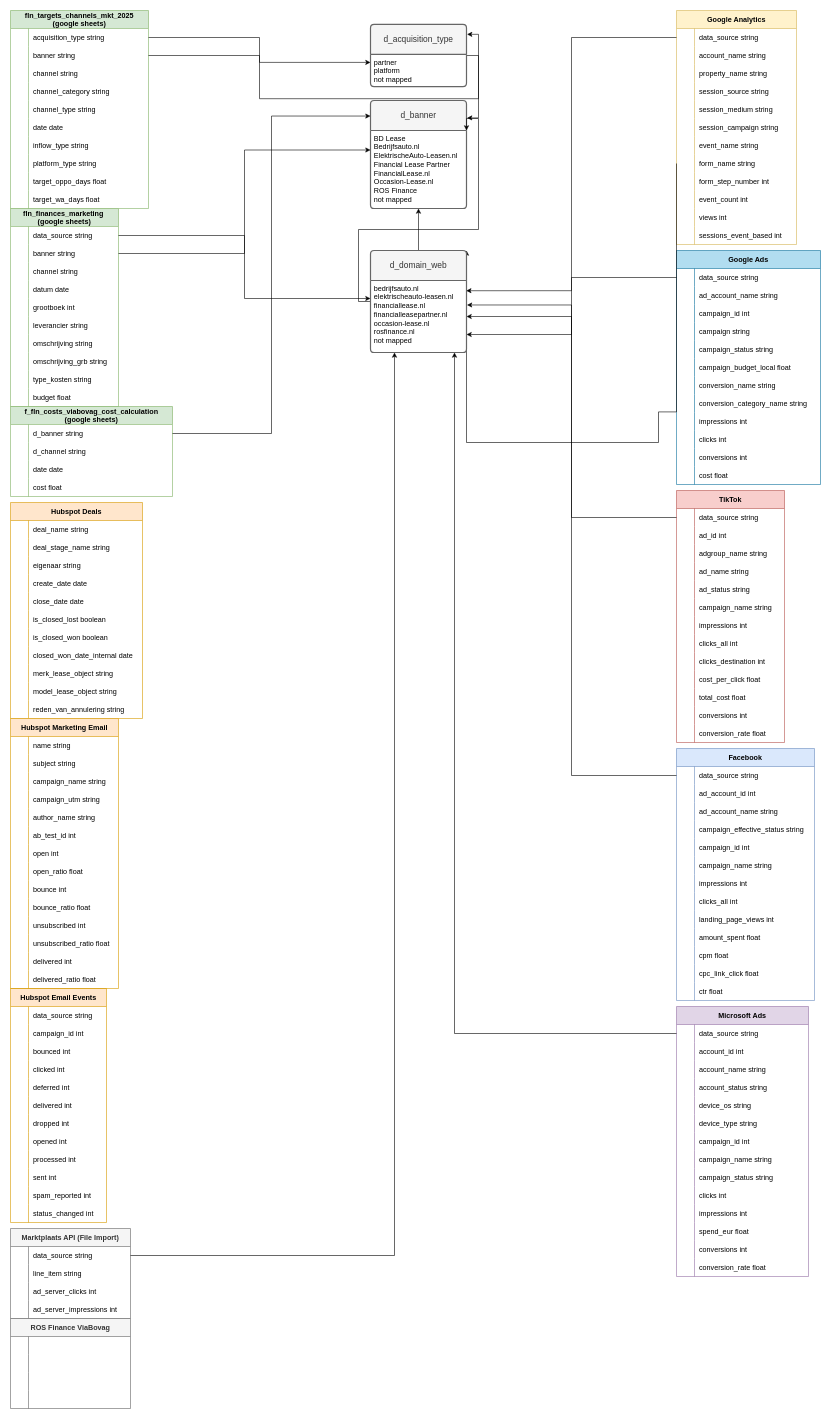
YveTDS/Draw_io keeps this draw.io diagram as funnel_mapping.drawio. Above is the earlier version. Source tidied: cells renumbered, new cells numbered last; positions are measured from the earlier drawing's top-left corner, leaving out a move shared by most shapes. Both pictures are drawn from the tidied source at 60%, with x=0, y=0 at pixel (10, 10).
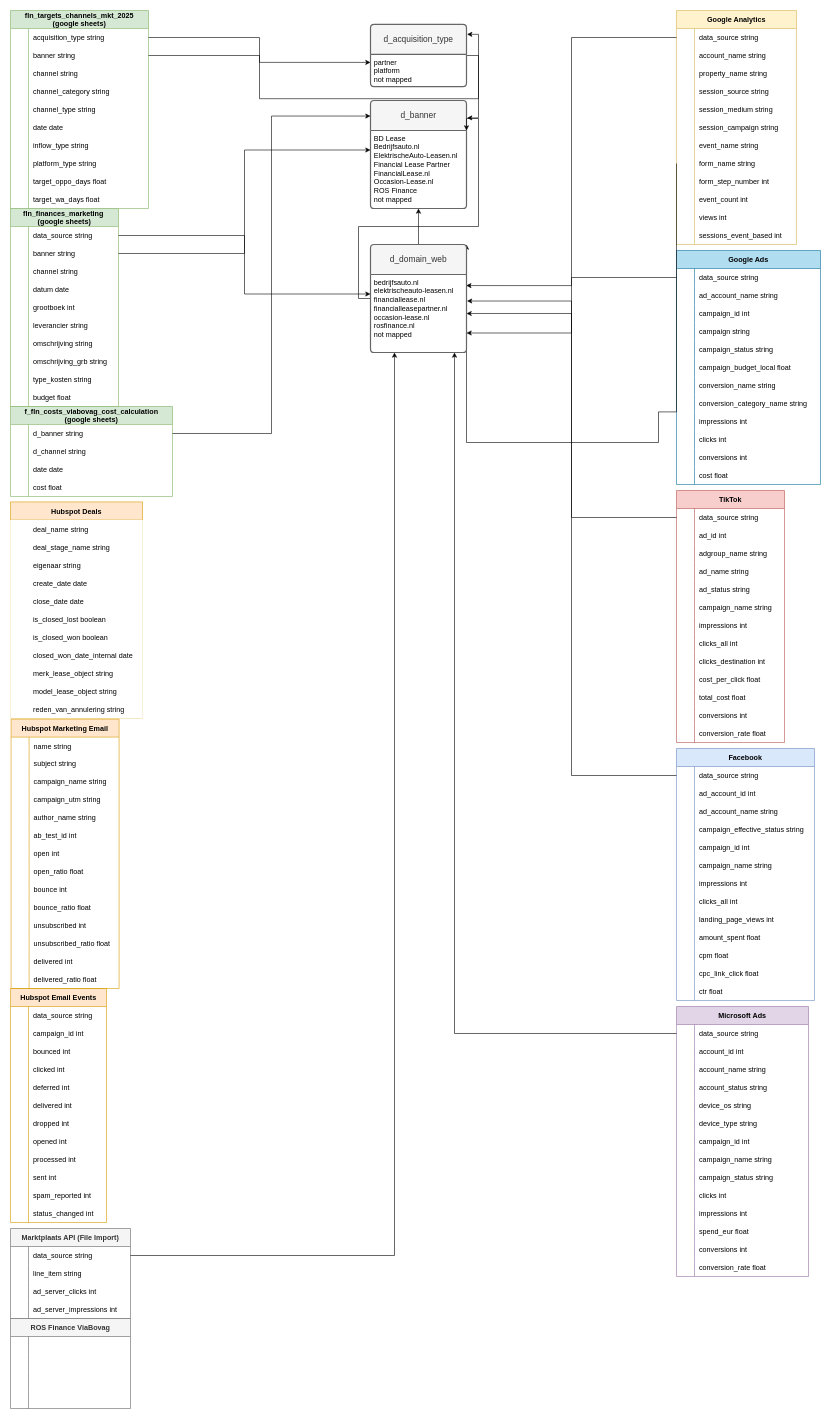
The same diagram, later.

What changed in the source:
```diff
@@
     <mxCell id="302" value="Hubspot Deals" style="shape=table;startSize=30;childLayout=tableLayout;rowLines=0;fontStyle=1;align=center;fillColor=#ffe6cc;strokeColor=#d79b00;" parent="1" vertex="1">
-      <mxGeometry y="820" width="220" height="360" as="geometry" />
+      <mxGeometry y="819" width="220" height="360" as="geometry" />
     </mxCell>
-    <mxCell id="303" style="shape=tableRow;horizontal=0;startSize=0;swimlaneHead=0;swimlaneBody=0;fillColor=none;strokeColor=inherit;top=0;left=0;right=0;bottom=0;" parent="302" vertex="1">
+    <mxCell id="303" style="shape=tableRow;horizontal=0;startSize=0;swimlaneHead=0;swimlaneBody=0;top=0;left=0;right=0;bottom=0;" parent="302" vertex="1">
       <mxGeometry y="30" width="220" height="30" as="geometry" />
     </mxCell>
-    <mxCell id="304" style="shape=partialRectangle;overflow=hidden;fillColor=none;strokeColor=inherit;top=0;left=0;bottom=0;right=0;" parent="303" vertex="1">
+    <mxCell id="304" style="shape=partialRectangle;overflow=hidden;top=0;left=0;bottom=0;right=0;" parent="303" vertex="1">
       <mxGeometry width="30" height="30" as="geometry" />
     </mxCell>
-    <mxCell id="305" value="deal_name string" style="shape=partialRectangle;overflow=hidden;fillColor=none;align=left;strokeColor=inherit;top=0;left=0;bottom=0;right=0;spacingLeft=6;" parent="303" vertex="1">
+    <mxCell id="305" value="deal_name string" style="shape=partialRectangle;overflow=hidden;align=left;top=0;left=0;bottom=0;right=0;spacingLeft=6;" parent="303" vertex="1">
       <mxGeometry x="30" width="190" height="30" as="geometry" />
     </mxCell>
-    <mxCell id="306" style="shape=tableRow;horizontal=0;startSize=0;swimlaneHead=0;swimlaneBody=0;fillColor=none;strokeColor=inherit;top=0;left=0;right=0;bottom=0;" parent="302" vertex="1">
+    <mxCell id="306" style="shape=tableRow;horizontal=0;startSize=0;swimlaneHead=0;swimlaneBody=0;top=0;left=0;right=0;bottom=0;" parent="302" vertex="1">
       <mxGeometry y="60" width="220" height="30" as="geometry" />
     </mxCell>
-    <mxCell id="307" style="shape=partialRectangle;overflow=hidden;fillColor=none;strokeColor=inherit;top=0;left=0;bottom=0;right=0;" parent="306" vertex="1">
+    <mxCell id="307" style="shape=partialRectangle;overflow=hidden;top=0;left=0;bottom=0;right=0;" parent="306" vertex="1">
       <mxGeometry width="30" height="30" as="geometry" />
     </mxCell>
-    <mxCell id="308" value="deal_stage_name string" style="shape=partialRectangle;overflow=hidden;fillColor=none;align=left;strokeColor=inherit;top=0;left=0;bottom=0;right=0;spacingLeft=6;" parent="306" vertex="1">
+    <mxCell id="308" value="deal_stage_name string" style="shape=partialRectangle;overflow=hidden;align=left;top=0;left=0;bottom=0;right=0;spacingLeft=6;" parent="306" vertex="1">
       <mxGeometry x="30" width="190" height="30" as="geometry" />
     </mxCell>
-    <mxCell id="309" style="shape=tableRow;horizontal=0;startSize=0;swimlaneHead=0;swimlaneBody=0;fillColor=none;strokeColor=inherit;top=0;left=0;right=0;bottom=0;" parent="302" vertex="1">
+    <mxCell id="309" style="shape=tableRow;horizontal=0;startSize=0;swimlaneHead=0;swimlaneBody=0;top=0;left=0;right=0;bottom=0;" parent="302" vertex="1">
       <mxGeometry y="90" width="220" height="30" as="geometry" />
     </mxCell>
-    <mxCell id="310" style="shape=partialRectangle;overflow=hidden;fillColor=none;strokeColor=inherit;top=0;left=0;bottom=0;right=0;" parent="309" vertex="1">
+    <mxCell id="310" style="shape=partialRectangle;overflow=hidden;top=0;left=0;bottom=0;right=0;" parent="309" vertex="1">
       <mxGeometry width="30" height="30" as="geometry" />
     </mxCell>
-    <mxCell id="311" value="eigenaar string" style="shape=partialRectangle;overflow=hidden;fillColor=none;align=left;strokeColor=inherit;top=0;left=0;bottom=0;right=0;spacingLeft=6;" parent="309" vertex="1">
+    <mxCell id="311" value="eigenaar string" style="shape=partialRectangle;overflow=hidden;align=left;top=0;left=0;bottom=0;right=0;spacingLeft=6;" parent="309" vertex="1">
       <mxGeometry x="30" width="190" height="30" as="geometry" />
     </mxCell>
-    <mxCell id="312" style="shape=tableRow;horizontal=0;startSize=0;swimlaneHead=0;swimlaneBody=0;fillColor=none;strokeColor=inherit;top=0;left=0;right=0;bottom=0;" parent="302" vertex="1">
+    <mxCell id="312" style="shape=tableRow;horizontal=0;startSize=0;swimlaneHead=0;swimlaneBody=0;top=0;left=0;right=0;bottom=0;" parent="302" vertex="1">
       <mxGeometry y="120" width="220" height="30" as="geometry" />
     </mxCell>
-    <mxCell id="313" style="shape=partialRectangle;overflow=hidden;fillColor=none;strokeColor=inherit;top=0;left=0;bottom=0;right=0;" parent="312" vertex="1">
+    <mxCell id="313" style="shape=partialRectangle;overflow=hidden;top=0;left=0;bottom=0;right=0;" parent="312" vertex="1">
       <mxGeometry width="30" height="30" as="geometry" />
     </mxCell>
-    <mxCell id="314" value="create_date date" style="shape=partialRectangle;overflow=hidden;fillColor=none;align=left;strokeColor=inherit;top=0;left=0;bottom=0;right=0;spacingLeft=6;" parent="312" vertex="1">
+    <mxCell id="314" value="create_date date" style="shape=partialRectangle;overflow=hidden;align=left;top=0;left=0;bottom=0;right=0;spacingLeft=6;" parent="312" vertex="1">
       <mxGeometry x="30" width="190" height="30" as="geometry" />
     </mxCell>
-    <mxCell id="315" style="shape=tableRow;horizontal=0;startSize=0;swimlaneHead=0;swimlaneBody=0;fillColor=none;strokeColor=inherit;top=0;left=0;right=0;bottom=0;" parent="302" vertex="1">
+    <mxCell id="315" style="shape=tableRow;horizontal=0;startSize=0;swimlaneHead=0;swimlaneBody=0;top=0;left=0;right=0;bottom=0;" parent="302" vertex="1">
       <mxGeometry y="150" width="220" height="30" as="geometry" />
     </mxCell>
-    <mxCell id="316" style="shape=partialRectangle;overflow=hidden;fillColor=none;strokeColor=inherit;top=0;left=0;bottom=0;right=0;" parent="315" vertex="1">
+    <mxCell id="316" style="shape=partialRectangle;overflow=hidden;top=0;left=0;bottom=0;right=0;" parent="315" vertex="1">
       <mxGeometry width="30" height="30" as="geometry" />
     </mxCell>
-    <mxCell id="317" value="close_date date" style="shape=partialRectangle;overflow=hidden;fillColor=none;align=left;strokeColor=inherit;top=0;left=0;bottom=0;right=0;spacingLeft=6;" parent="315" vertex="1">
+    <mxCell id="317" value="close_date date" style="shape=partialRectangle;overflow=hidden;align=left;top=0;left=0;bottom=0;right=0;spacingLeft=6;" parent="315" vertex="1">
       <mxGeometry x="30" width="190" height="30" as="geometry" />
     </mxCell>
-    <mxCell id="318" style="shape=tableRow;horizontal=0;startSize=0;swimlaneHead=0;swimlaneBody=0;fillColor=none;strokeColor=inherit;top=0;left=0;right=0;bottom=0;" parent="302" vertex="1">
+    <mxCell id="318" style="shape=tableRow;horizontal=0;startSize=0;swimlaneHead=0;swimlaneBody=0;top=0;left=0;right=0;bottom=0;" parent="302" vertex="1">
       <mxGeometry y="180" width="220" height="30" as="geometry" />
     </mxCell>
-    <mxCell id="319" style="shape=partialRectangle;overflow=hidden;fillColor=none;strokeColor=inherit;top=0;left=0;bottom=0;right=0;" parent="318" vertex="1">
+    <mxCell id="319" style="shape=partialRectangle;overflow=hidden;top=0;left=0;bottom=0;right=0;" parent="318" vertex="1">
       <mxGeometry width="30" height="30" as="geometry" />
     </mxCell>
-    <mxCell id="320" value="is_closed_lost boolean" style="shape=partialRectangle;overflow=hidden;fillColor=none;align=left;strokeColor=inherit;top=0;left=0;bottom=0;right=0;spacingLeft=6;" parent="318" vertex="1">
+    <mxCell id="320" value="is_closed_lost boolean" style="shape=partialRectangle;overflow=hidden;align=left;top=0;left=0;bottom=0;right=0;spacingLeft=6;" parent="318" vertex="1">
       <mxGeometry x="30" width="190" height="30" as="geometry" />
     </mxCell>
-    <mxCell id="321" style="shape=tableRow;horizontal=0;startSize=0;swimlaneHead=0;swimlaneBody=0;fillColor=none;strokeColor=inherit;top=0;left=0;right=0;bottom=0;" parent="302" vertex="1">
+    <mxCell id="321" style="shape=tableRow;horizontal=0;startSize=0;swimlaneHead=0;swimlaneBody=0;top=0;left=0;right=0;bottom=0;" parent="302" vertex="1">
       <mxGeometry y="210" width="220" height="30" as="geometry" />
     </mxCell>
-    <mxCell id="322" style="shape=partialRectangle;overflow=hidden;fillColor=none;strokeColor=inherit;top=0;left=0;bottom=0;right=0;" parent="321" vertex="1">
+    <mxCell id="322" style="shape=partialRectangle;overflow=hidden;top=0;left=0;bottom=0;right=0;" parent="321" vertex="1">
       <mxGeometry width="30" height="30" as="geometry" />
     </mxCell>
-    <mxCell id="323" value="is_closed_won boolean" style="shape=partialRectangle;overflow=hidden;fillColor=none;align=left;strokeColor=inherit;top=0;left=0;bottom=0;right=0;spacingLeft=6;" parent="321" vertex="1">
+    <mxCell id="323" value="is_closed_won boolean" style="shape=partialRectangle;overflow=hidden;align=left;top=0;left=0;bottom=0;right=0;spacingLeft=6;" parent="321" vertex="1">
       <mxGeometry x="30" width="190" height="30" as="geometry" />
     </mxCell>
-    <mxCell id="324" style="shape=tableRow;horizontal=0;startSize=0;swimlaneHead=0;swimlaneBody=0;fillColor=none;strokeColor=inherit;top=0;left=0;right=0;bottom=0;" parent="302" vertex="1">
+    <mxCell id="324" style="shape=tableRow;horizontal=0;startSize=0;swimlaneHead=0;swimlaneBody=0;top=0;left=0;right=0;bottom=0;" parent="302" vertex="1">
       <mxGeometry y="240" width="220" height="30" as="geometry" />
     </mxCell>
-    <mxCell id="325" style="shape=partialRectangle;overflow=hidden;fillColor=none;strokeColor=inherit;top=0;left=0;bottom=0;right=0;" parent="324" vertex="1">
+    <mxCell id="325" style="shape=partialRectangle;overflow=hidden;top=0;left=0;bottom=0;right=0;" parent="324" vertex="1">
       <mxGeometry width="30" height="30" as="geometry" />
     </mxCell>
-    <mxCell id="326" value="closed_won_date_internal date" style="shape=partialRectangle;overflow=hidden;fillColor=none;align=left;strokeColor=inherit;top=0;left=0;bottom=0;right=0;spacingLeft=6;" parent="324" vertex="1">
+    <mxCell id="326" value="closed_won_date_internal date" style="shape=partialRectangle;overflow=hidden;align=left;top=0;left=0;bottom=0;right=0;spacingLeft=6;" parent="324" vertex="1">
       <mxGeometry x="30" width="190" height="30" as="geometry" />
     </mxCell>
-    <mxCell id="327" style="shape=tableRow;horizontal=0;startSize=0;swimlaneHead=0;swimlaneBody=0;fillColor=none;strokeColor=inherit;top=0;left=0;right=0;bottom=0;" parent="302" vertex="1">
+    <mxCell id="327" style="shape=tableRow;horizontal=0;startSize=0;swimlaneHead=0;swimlaneBody=0;top=0;left=0;right=0;bottom=0;" parent="302" vertex="1">
       <mxGeometry y="270" width="220" height="30" as="geometry" />
     </mxCell>
-    <mxCell id="328" style="shape=partialRectangle;overflow=hidden;fillColor=none;strokeColor=inherit;top=0;left=0;bottom=0;right=0;" parent="327" vertex="1">
+    <mxCell id="328" style="shape=partialRectangle;overflow=hidden;top=0;left=0;bottom=0;right=0;" parent="327" vertex="1">
       <mxGeometry width="30" height="30" as="geometry" />
     </mxCell>
-    <mxCell id="329" value="merk_lease_object string" style="shape=partialRectangle;overflow=hidden;fillColor=none;align=left;strokeColor=inherit;top=0;left=0;bottom=0;right=0;spacingLeft=6;" parent="327" vertex="1">
+    <mxCell id="329" value="merk_lease_object string" style="shape=partialRectangle;overflow=hidden;align=left;top=0;left=0;bottom=0;right=0;spacingLeft=6;" parent="327" vertex="1">
       <mxGeometry x="30" width="190" height="30" as="geometry" />
     </mxCell>
-    <mxCell id="330" style="shape=tableRow;horizontal=0;startSize=0;swimlaneHead=0;swimlaneBody=0;fillColor=none;strokeColor=inherit;top=0;left=0;right=0;bottom=0;" parent="302" vertex="1">
+    <mxCell id="330" style="shape=tableRow;horizontal=0;startSize=0;swimlaneHead=0;swimlaneBody=0;top=0;left=0;right=0;bottom=0;" parent="302" vertex="1">
       <mxGeometry y="300" width="220" height="30" as="geometry" />
     </mxCell>
-    <mxCell id="331" style="shape=partialRectangle;overflow=hidden;fillColor=none;strokeColor=inherit;top=0;left=0;bottom=0;right=0;" parent="330" vertex="1">
+    <mxCell id="331" style="shape=partialRectangle;overflow=hidden;top=0;left=0;bottom=0;right=0;" parent="330" vertex="1">
       <mxGeometry width="30" height="30" as="geometry" />
     </mxCell>
-    <mxCell id="332" value="model_lease_object string" style="shape=partialRectangle;overflow=hidden;fillColor=none;align=left;strokeColor=inherit;top=0;left=0;bottom=0;right=0;spacingLeft=6;" parent="330" vertex="1">
+    <mxCell id="332" value="model_lease_object string" style="shape=partialRectangle;overflow=hidden;align=left;top=0;left=0;bottom=0;right=0;spacingLeft=6;" parent="330" vertex="1">
       <mxGeometry x="30" width="190" height="30" as="geometry" />
     </mxCell>
-    <mxCell id="333" style="shape=tableRow;horizontal=0;startSize=0;swimlaneHead=0;swimlaneBody=0;fillColor=none;strokeColor=inherit;top=0;left=0;right=0;bottom=0;" parent="302" vertex="1">
+    <mxCell id="333" style="shape=tableRow;horizontal=0;startSize=0;swimlaneHead=0;swimlaneBody=0;top=0;left=0;right=0;bottom=0;" parent="302" vertex="1">
       <mxGeometry y="330" width="220" height="30" as="geometry" />
     </mxCell>
-    <mxCell id="334" style="shape=partialRectangle;overflow=hidden;fillColor=none;strokeColor=inherit;top=0;left=0;bottom=0;right=0;" parent="333" vertex="1">
+    <mxCell id="334" style="shape=partialRectangle;overflow=hidden;top=0;left=0;bottom=0;right=0;" parent="333" vertex="1">
       <mxGeometry width="30" height="30" as="geometry" />
     </mxCell>
-    <mxCell id="335" value="reden_van_annulering string" style="shape=partialRectangle;overflow=hidden;fillColor=none;align=left;strokeColor=inherit;top=0;left=0;bottom=0;right=0;spacingLeft=6;" parent="333" vertex="1">
+    <mxCell id="335" value="reden_van_annulering string" style="shape=partialRectangle;overflow=hidden;align=left;top=0;left=0;bottom=0;right=0;spacingLeft=6;" parent="333" vertex="1">
       <mxGeometry x="30" width="190" height="30" as="geometry" />
     </mxCell>
@@
     <mxCell id="373" value="Hubspot Marketing Email" style="shape=table;startSize=30;childLayout=tableLayout;rowLines=0;fontStyle=1;align=center;fillColor=#ffe6cc;strokeColor=#d79b00;" parent="1" vertex="1">
-      <mxGeometry y="1180" width="180" height="450" as="geometry" />
+      <mxGeometry x="1" y="1181" width="180" height="449" as="geometry" />
     </mxCell>
     <mxCell id="374" style="shape=tableRow;horizontal=0;startSize=0;swimlaneHead=0;swimlaneBody=0;fillColor=none;strokeColor=inherit;top=0;left=0;right=0;bottom=0;" parent="373" vertex="1">
-      <mxGeometry y="30" width="180" height="30" as="geometry" />
+      <mxGeometry y="30" width="180" height="29" as="geometry" />
     </mxCell>
     <mxCell id="375" style="shape=partialRectangle;overflow=hidden;fillColor=none;strokeColor=inherit;top=0;left=0;bottom=0;right=0;" parent="374" vertex="1">
-      <mxGeometry width="30" height="30" as="geometry" />
+      <mxGeometry width="30" height="29" as="geometry" />
     </mxCell>
     <mxCell id="376" value="name string" style="shape=partialRectangle;overflow=hidden;fillColor=none;align=left;strokeColor=inherit;top=0;left=0;bottom=0;right=0;spacingLeft=6;" parent="374" vertex="1">
-      <mxGeometry x="30" width="150" height="30" as="geometry" />
+      <mxGeometry x="30" width="150" height="29" as="geometry" />
     </mxCell>
     <mxCell id="377" style="shape=tableRow;horizontal=0;startSize=0;swimlaneHead=0;swimlaneBody=0;fillColor=none;strokeColor=inherit;top=0;left=0;right=0;bottom=0;" parent="373" vertex="1">
-      <mxGeometry y="60" width="180" height="30" as="geometry" />
+      <mxGeometry y="59" width="180" height="30" as="geometry" />
     </mxCell>
@@
     <mxCell id="380" style="shape=tableRow;horizontal=0;startSize=0;swimlaneHead=0;swimlaneBody=0;fillColor=none;strokeColor=inherit;top=0;left=0;right=0;bottom=0;" parent="373" vertex="1">
-      <mxGeometry y="90" width="180" height="30" as="geometry" />
+      <mxGeometry y="89" width="180" height="30" as="geometry" />
     </mxCell>
@@
     <mxCell id="383" style="shape=tableRow;horizontal=0;startSize=0;swimlaneHead=0;swimlaneBody=0;fillColor=none;strokeColor=inherit;top=0;left=0;right=0;bottom=0;" parent="373" vertex="1">
-      <mxGeometry y="120" width="180" height="30" as="geometry" />
+      <mxGeometry y="119" width="180" height="30" as="geometry" />
     </mxCell>
@@
     <mxCell id="386" style="shape=tableRow;horizontal=0;startSize=0;swimlaneHead=0;swimlaneBody=0;fillColor=none;strokeColor=inherit;top=0;left=0;right=0;bottom=0;" parent="373" vertex="1">
-      <mxGeometry y="150" width="180" height="30" as="geometry" />
+      <mxGeometry y="149" width="180" height="30" as="geometry" />
     </mxCell>
@@
     <mxCell id="389" style="shape=tableRow;horizontal=0;startSize=0;swimlaneHead=0;swimlaneBody=0;fillColor=none;strokeColor=inherit;top=0;left=0;right=0;bottom=0;" parent="373" vertex="1">
-      <mxGeometry y="180" width="180" height="30" as="geometry" />
+      <mxGeometry y="179" width="180" height="30" as="geometry" />
     </mxCell>
@@
     <mxCell id="392" style="shape=tableRow;horizontal=0;startSize=0;swimlaneHead=0;swimlaneBody=0;fillColor=none;strokeColor=inherit;top=0;left=0;right=0;bottom=0;" parent="373" vertex="1">
-      <mxGeometry y="210" width="180" height="30" as="geometry" />
+      <mxGeometry y="209" width="180" height="30" as="geometry" />
     </mxCell>
@@
     <mxCell id="395" style="shape=tableRow;horizontal=0;startSize=0;swimlaneHead=0;swimlaneBody=0;fillColor=none;strokeColor=inherit;top=0;left=0;right=0;bottom=0;" parent="373" vertex="1">
-      <mxGeometry y="240" width="180" height="30" as="geometry" />
+      <mxGeometry y="239" width="180" height="30" as="geometry" />
     </mxCell>
@@
     <mxCell id="398" style="shape=tableRow;horizontal=0;startSize=0;swimlaneHead=0;swimlaneBody=0;fillColor=none;strokeColor=inherit;top=0;left=0;right=0;bottom=0;" parent="373" vertex="1">
-      <mxGeometry y="270" width="180" height="30" as="geometry" />
+      <mxGeometry y="269" width="180" height="30" as="geometry" />
     </mxCell>
@@
     <mxCell id="401" style="shape=tableRow;horizontal=0;startSize=0;swimlaneHead=0;swimlaneBody=0;fillColor=none;strokeColor=inherit;top=0;left=0;right=0;bottom=0;" parent="373" vertex="1">
-      <mxGeometry y="300" width="180" height="30" as="geometry" />
+      <mxGeometry y="299" width="180" height="30" as="geometry" />
     </mxCell>
@@
     <mxCell id="404" style="shape=tableRow;horizontal=0;startSize=0;swimlaneHead=0;swimlaneBody=0;fillColor=none;strokeColor=inherit;top=0;left=0;right=0;bottom=0;" parent="373" vertex="1">
-      <mxGeometry y="330" width="180" height="30" as="geometry" />
+      <mxGeometry y="329" width="180" height="30" as="geometry" />
     </mxCell>
@@
     <mxCell id="407" style="shape=tableRow;horizontal=0;startSize=0;swimlaneHead=0;swimlaneBody=0;fillColor=none;strokeColor=inherit;top=0;left=0;right=0;bottom=0;" parent="373" vertex="1">
-      <mxGeometry y="360" width="180" height="30" as="geometry" />
+      <mxGeometry y="359" width="180" height="30" as="geometry" />
     </mxCell>
@@
     <mxCell id="410" style="shape=tableRow;horizontal=0;startSize=0;swimlaneHead=0;swimlaneBody=0;fillColor=none;strokeColor=inherit;top=0;left=0;right=0;bottom=0;" parent="373" vertex="1">
-      <mxGeometry y="390" width="180" height="30" as="geometry" />
+      <mxGeometry y="389" width="180" height="30" as="geometry" />
     </mxCell>
@@
     <mxCell id="413" style="shape=tableRow;horizontal=0;startSize=0;swimlaneHead=0;swimlaneBody=0;fillColor=none;strokeColor=inherit;top=0;left=0;right=0;bottom=0;" parent="373" vertex="1">
-      <mxGeometry y="420" width="180" height="30" as="geometry" />
+      <mxGeometry y="419" width="180" height="30" as="geometry" />
     </mxCell>
@@
     <mxCell id="420" value="d_domain_web" style="swimlane;horizontal=1;startSize=50;rounded=1;fontSize=14;fontStyle=0;strokeWidth=2;shadow=0;dashed=0;align=center;arcSize=4;whiteSpace=wrap;html=1;fillColor=#f5f5f5;fontColor=#333333;strokeColor=#666666;" parent="1" vertex="1">
-      <mxGeometry x="600" y="400" width="160" height="170" as="geometry" />
+      <mxGeometry x="600" y="390" width="160" height="180" as="geometry" />
     </mxCell>
     <mxCell id="421" value="bedrijfsauto.nl&lt;div&gt;elektrischeauto-leasen.nl&lt;/div&gt;&lt;div&gt;financiallease.nl&lt;/div&gt;&lt;div&gt;financialleasepartner.nl&lt;/div&gt;&lt;div&gt;occasion-lease.nl&lt;/div&gt;&lt;div&gt;rosfinance.nl&lt;/div&gt;&lt;div&gt;not mapped&lt;/div&gt;" style="align=left;strokeColor=none;fillColor=none;spacingLeft=4;spacingRight=4;fontSize=12;verticalAlign=top;html=1;whiteSpace=wrap;" parent="420" vertex="1">
-      <mxGeometry y="50" width="160" height="120" as="geometry" />
+      <mxGeometry y="50" width="160" height="130" as="geometry" />
     </mxCell>
```
